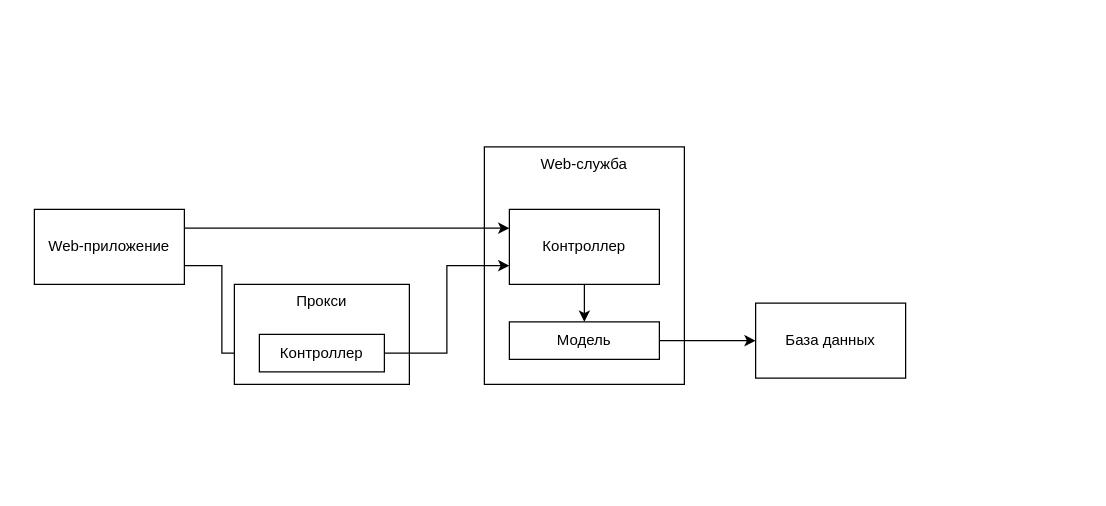
Above: Untitled Diagram.drawio in NikitaMasl/autumnNIR (draw.io), before the change. Source tidied: cells renumbered, new cells numbered last; positions are measured from the earlier drawing's top-left corner, leaving out a move shared by most shapes. Both pictures are drawn from the tidied source at 125%, with x=0, y=0 at pixel (34, 146).
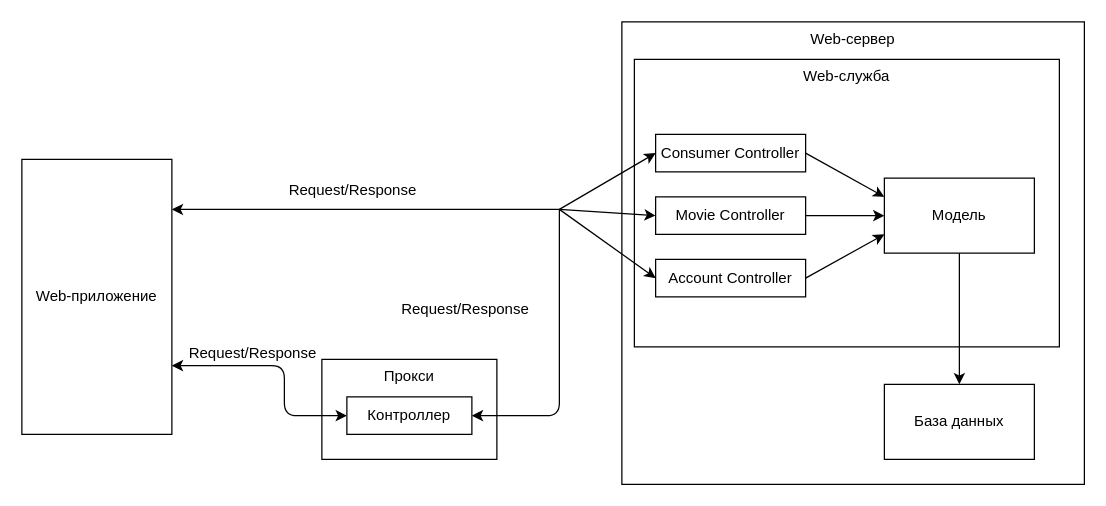
After the change.

Diff of the diagram source:
```diff
@@
-    <mxCell id="2" style="edgeStyle=orthogonalEdgeStyle;rounded=0;jettySize=auto;html=1;exitX=1;exitY=0.75;exitDx=0;exitDy=0;entryX=0;entryY=0.5;entryDx=0;entryDy=0;" parent="1" edge="1" source="3" target="7">
-      <mxGeometry relative="1" as="geometry" />
-    </mxCell>
+    <mxCell id="14" value="Web-сервер" style="rounded=0;whiteSpace=wrap;html=1;verticalAlign=top;" parent="1" vertex="1">
+      <mxGeometry x="470" y="-100" width="370" height="370" as="geometry" />
+    </mxCell>
     <mxCell id="3" value="Web-приложение" style="rounded=0;whiteSpace=wrap;html=1;" parent="1" vertex="1">
-      <mxGeometry y="50" width="120" height="60" as="geometry" />
+      <mxGeometry x="-10" y="10" width="120" height="220" as="geometry" />
     </mxCell>
     <mxCell id="4" value="Web-служба" style="rounded=0;whiteSpace=wrap;html=1;verticalAlign=top;" parent="1" vertex="1">
-      <mxGeometry x="360" width="160" height="190" as="geometry" />
+      <mxGeometry x="480" y="-70" width="340" height="230" as="geometry" />
     </mxCell>
     <mxCell id="5" value="Прокси&lt;br&gt;" style="rounded=0;whiteSpace=wrap;html=1;verticalAlign=top;" parent="1" vertex="1">
-      <mxGeometry x="160" y="110" width="140" height="80" as="geometry" />
+      <mxGeometry x="230" y="170" width="140" height="80" as="geometry" />
     </mxCell>
-    <mxCell id="6" style="edgeStyle=orthogonalEdgeStyle;rounded=0;jettySize=auto;html=1;exitX=1;exitY=0.5;exitDx=0;exitDy=0;entryX=0;entryY=0.75;entryDx=0;entryDy=0;" parent="1" edge="1" source="7" target="9">
-      <mxGeometry relative="1" as="geometry" />
-    </mxCell>
     <mxCell id="7" value="Контроллер" style="rounded=0;whiteSpace=wrap;html=1;" parent="1" vertex="1">
-      <mxGeometry x="180" y="150" width="100" height="30" as="geometry" />
+      <mxGeometry x="250" y="200" width="100" height="30" as="geometry" />
     </mxCell>
-    <mxCell id="8" style="edgeStyle=orthogonalEdgeStyle;rounded=0;jettySize=auto;html=1;exitX=0.5;exitY=1;exitDx=0;exitDy=0;entryX=0.5;entryY=0;entryDx=0;entryDy=0;" parent="1" edge="1" source="9" target="11">
-      <mxGeometry relative="1" as="geometry" />
-    </mxCell>
-    <mxCell id="9" value="Контроллер" style="rounded=0;whiteSpace=wrap;html=1;" parent="1" vertex="1">
-      <mxGeometry x="380" y="50" width="120" height="60" as="geometry" />
+    <mxCell id="9" value="Consumer Controller" style="rounded=0;whiteSpace=wrap;html=1;" parent="1" vertex="1">
+      <mxGeometry x="497" y="-10" width="120" height="30" as="geometry" />
     </mxCell>
-    <mxCell id="10" style="edgeStyle=orthogonalEdgeStyle;rounded=0;jettySize=auto;html=1;exitX=1;exitY=0.5;exitDx=0;exitDy=0;entryX=0;entryY=0.5;entryDx=0;entryDy=0;" parent="1" edge="1" source="11" target="12">
+    <mxCell id="10" style="edgeStyle=orthogonalEdgeStyle;rounded=0;jettySize=auto;html=1;exitX=0.5;exitY=1;exitDx=0;exitDy=0;entryX=0.5;entryY=0;entryDx=0;entryDy=0;" parent="1" edge="1" source="11" target="12">
       <mxGeometry relative="1" as="geometry" />
     </mxCell>
     <mxCell id="11" value="Модель" style="rounded=0;whiteSpace=wrap;html=1;" parent="1" vertex="1">
-      <mxGeometry x="380" y="140" width="120" height="30" as="geometry" />
+      <mxGeometry x="680" y="25" width="120" height="60" as="geometry" />
     </mxCell>
     <mxCell id="12" value="База данных" style="rounded=0;whiteSpace=wrap;html=1;" parent="1" vertex="1">
-      <mxGeometry x="577" y="125" width="120" height="60" as="geometry" />
+      <mxGeometry x="680" y="190" width="120" height="60" as="geometry" />
     </mxCell>
-    <mxCell id="13" style="edgeStyle=orthogonalEdgeStyle;rounded=0;jettySize=auto;html=1;exitX=1;exitY=0.25;exitDx=0;exitDy=0;entryX=0;entryY=0.25;entryDx=0;entryDy=0;" parent="1" edge="1" source="3" target="9">
-      <mxGeometry relative="1" as="geometry" />
-    </mxCell>
+    <mxCell id="15" value="Request/Response" style="text;html=1;strokeColor=none;fillColor=none;align=center;verticalAlign=middle;whiteSpace=wrap;rounded=0;" parent="1" vertex="1">
+      <mxGeometry x="200" y="25" width="110" height="20" as="geometry" />
+    </mxCell>
+    <mxCell id="16" value="Request/Response" style="text;html=1;strokeColor=none;fillColor=none;align=center;verticalAlign=middle;whiteSpace=wrap;rounded=0;" parent="1" vertex="1">
+      <mxGeometry x="290" y="120" width="110" height="20" as="geometry" />
+    </mxCell>
+    <mxCell id="17" value="Request/Response" style="text;html=1;strokeColor=none;fillColor=none;align=center;verticalAlign=middle;whiteSpace=wrap;rounded=0;" parent="1" vertex="1">
+      <mxGeometry x="120" y="155" width="110" height="20" as="geometry" />
+    </mxCell>
+    <mxCell id="18" style="endArrow=classic;startArrow=classic;html=1;exitX=0;exitY=0.5;exitDx=0;exitDy=0;entryX=1;entryY=0.75;entryDx=0;entryDy=0;" parent="1" edge="1" source="7" target="3">
+      <mxGeometry relative="1" as="geometry">
+        <Array as="points">
+          <mxPoint x="200" y="215" />
+          <mxPoint x="200" y="175" />
+        </Array>
+      </mxGeometry>
+    </mxCell>
+    <mxCell id="19" value="Movie Controller" style="rounded=0;whiteSpace=wrap;html=1;" parent="1" vertex="1">
+      <mxGeometry x="497" y="40" width="120" height="30" as="geometry" />
+    </mxCell>
+    <mxCell id="20" value="Account Controller" style="rounded=0;whiteSpace=wrap;html=1;" parent="1" vertex="1">
+      <mxGeometry x="497" y="90" width="120" height="30" as="geometry" />
+    </mxCell>
+    <mxCell id="21" style="endArrow=classic;html=1;entryX=1;entryY=0.5;entryDx=0;entryDy=0;" parent="1" edge="1" target="7">
+      <mxGeometry relative="1" as="geometry">
+        <mxPoint x="420" y="50" as="sourcePoint" />
+        <Array as="points">
+          <mxPoint x="420" y="215" />
+        </Array>
+      </mxGeometry>
+    </mxCell>
+    <mxCell id="22" style="endArrow=classic;html=1;entryX=1;entryY=0.182;entryDx=0;entryDy=0;entryPerimeter=0;" parent="1" edge="1" target="3">
+      <mxGeometry relative="1" as="geometry">
+        <mxPoint x="420" y="50" as="sourcePoint" />
+      </mxGeometry>
+    </mxCell>
+    <mxCell id="23" style="endArrow=classic;html=1;entryX=0;entryY=0.5;entryDx=0;entryDy=0;" parent="1" edge="1" target="9">
+      <mxGeometry relative="1" as="geometry">
+        <mxPoint x="420" y="50" as="sourcePoint" />
+      </mxGeometry>
+    </mxCell>
+    <mxCell id="24" style="endArrow=classic;html=1;entryX=0;entryY=0.5;entryDx=0;entryDy=0;" parent="1" edge="1" target="19">
+      <mxGeometry relative="1" as="geometry">
+        <mxPoint x="420" y="50" as="sourcePoint" />
+      </mxGeometry>
+    </mxCell>
+    <mxCell id="25" style="endArrow=classic;html=1;entryX=0;entryY=0.5;entryDx=0;entryDy=0;" parent="1" edge="1" target="20">
+      <mxGeometry relative="1" as="geometry">
+        <mxPoint x="420" y="50" as="sourcePoint" />
+      </mxGeometry>
+    </mxCell>
+    <mxCell id="8" style="endArrow=classic;html=1;exitX=1;exitY=0.5;exitDx=0;exitDy=0;entryX=0;entryY=0.25;entryDx=0;entryDy=0;" parent="1" edge="1" source="9" target="11">
+      <mxGeometry relative="1" as="geometry" />
+    </mxCell>
+    <mxCell id="26" style="endArrow=classic;html=1;exitX=1;exitY=0.5;exitDx=0;exitDy=0;entryX=0;entryY=0.5;entryDx=0;entryDy=0;" parent="1" edge="1" target="11">
+      <mxGeometry relative="1" as="geometry">
+        <mxPoint x="617" y="55" as="sourcePoint" />
+      </mxGeometry>
+    </mxCell>
+    <mxCell id="27" style="endArrow=classic;html=1;exitX=1;exitY=0.5;exitDx=0;exitDy=0;entryX=0;entryY=0.75;entryDx=0;entryDy=0;" parent="1" edge="1" source="20" target="11">
+      <mxGeometry relative="1" as="geometry" />
+    </mxCell>
```
